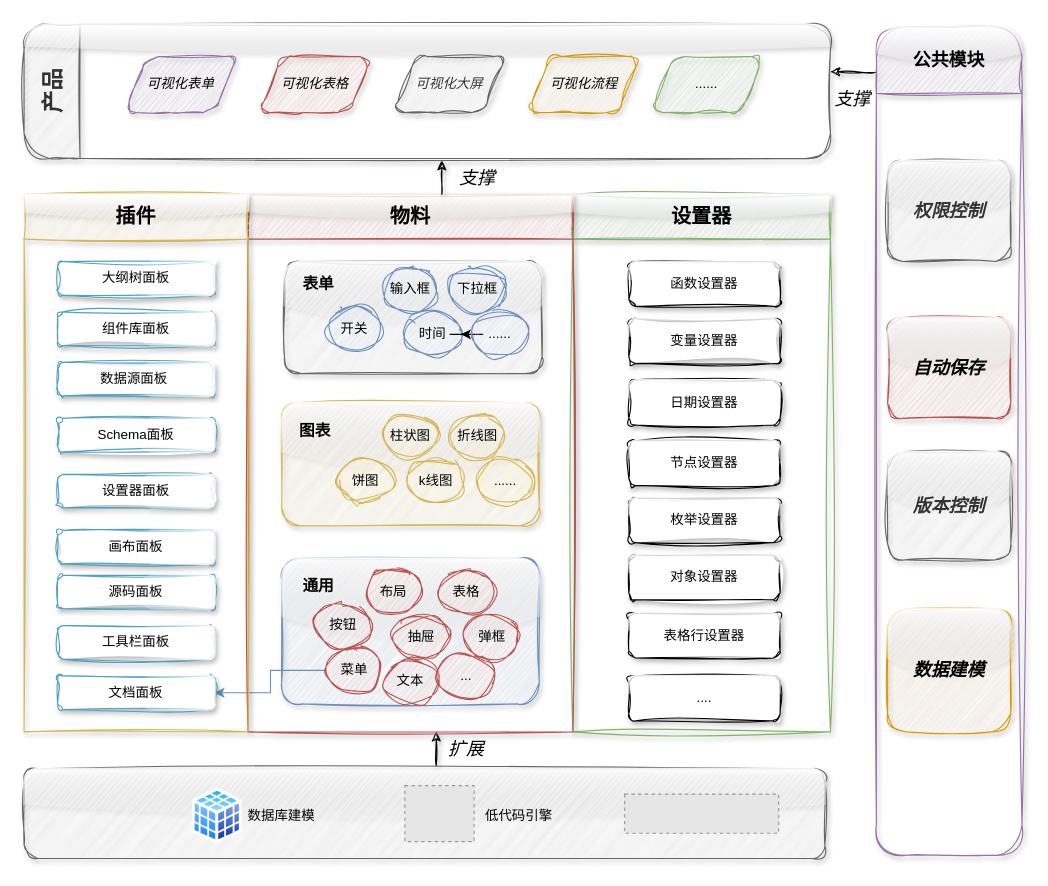
The draw.io diagram 可视化架构图.drawio in tangyaosimida/love, before the edit. Source tidied: cells renumbered, new cells numbered last; positions are measured from the earlier drawing's top-left corner, leaving out a move shared by most shapes. Both pictures are drawn from the tidied source at 112%, with x=0, y=0 at pixel (24, 24). Pictures stored in the file or linked from it are replaced by grey dashed boxes.
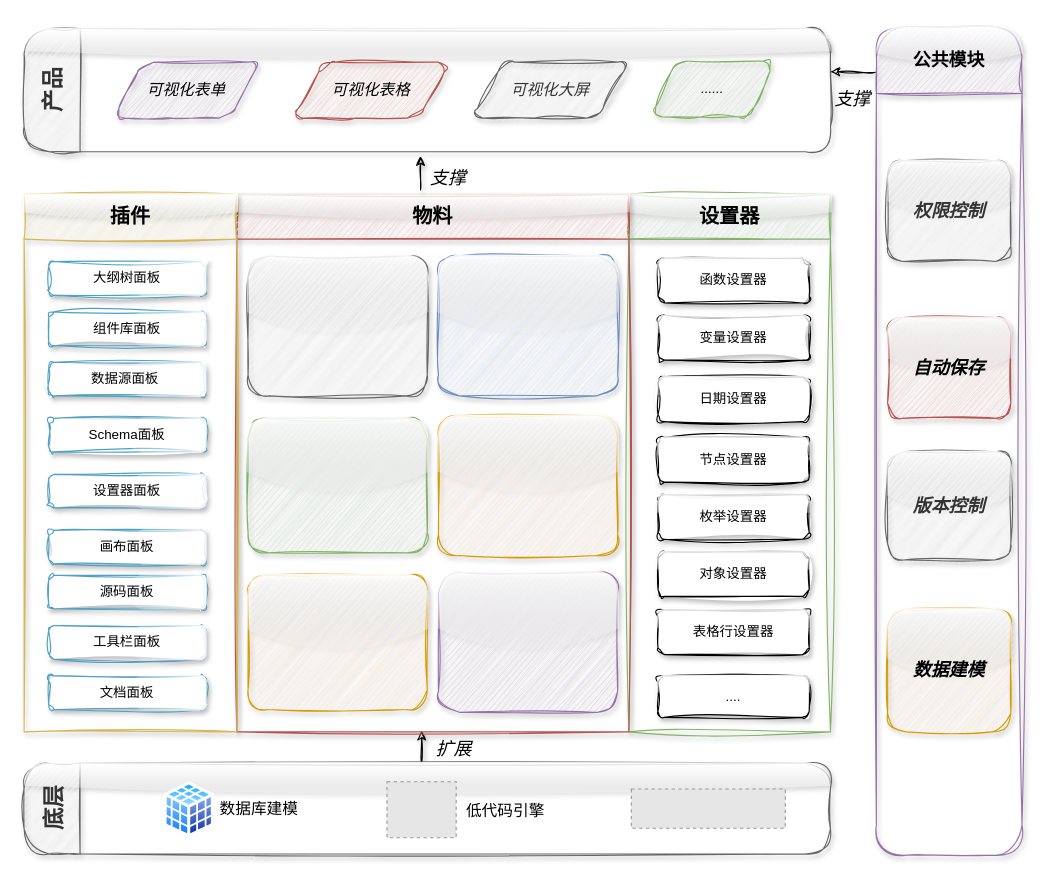
The same page after the edit.

Commit message (it also covers changes not shown here):
更新可视化架构图.drawio

The edit, as a diff of the source:
```diff
@@
-    <mxCell id="2" style="rounded=1;whiteSpace=wrap;html=1;sketch=1;curveFitting=1;jiggle=2;shadow=1;glass=1;fillColor=#f5f5f5;fontColor=#333333;strokeColor=#666666;" parent="1" vertex="1">
-      <mxGeometry y="665" width="715" height="80" as="geometry" />
-    </mxCell>
-    <mxCell id="3" style="rounded=1;whiteSpace=wrap;html=1;shadow=1;sketch=1;curveFitting=1;jiggle=2;glass=1;fillColor=#f5f5f5;strokeColor=#666666;fontColor=#333333;" parent="1" vertex="1">
-      <mxGeometry x="232.5" y="212" width="230" height="100" as="geometry" />
-    </mxCell>
-    <mxCell id="4" style="rounded=1;whiteSpace=wrap;html=1;shadow=1;sketch=1;curveFitting=1;jiggle=2;glass=1;fillColor=#fff2cc;strokeColor=#d6b656;" parent="1" vertex="1">
-      <mxGeometry x="230" y="338" width="230" height="110" as="geometry" />
-    </mxCell>
-    <mxCell id="5" style="rounded=1;whiteSpace=wrap;html=1;shadow=1;sketch=1;curveFitting=1;jiggle=2;glass=1;fillColor=#dae8fc;strokeColor=#6c8ebf;" parent="1" vertex="1">
-      <mxGeometry x="230" y="477" width="230" height="130" as="geometry" />
-    </mxCell>
-    <mxCell id="6" value="表单" style="text;html=1;strokeColor=none;fillColor=none;align=center;verticalAlign=middle;whiteSpace=wrap;rounded=0;shadow=1;sketch=1;curveFitting=1;jiggle=2;fontStyle=1;fontSize=14;" parent="1" vertex="1">
-      <mxGeometry x="232.5" y="217" width="60" height="30" as="geometry" />
-    </mxCell>
-    <mxCell id="7" value="柱状图" style="ellipse;whiteSpace=wrap;html=1;shadow=0;sketch=1;curveFitting=1;jiggle=2;fillColor=#fff2cc;strokeColor=#d6b656;" parent="1" vertex="1">
-      <mxGeometry x="320" y="348" width="50" height="40" as="geometry" />
-    </mxCell>
-    <mxCell id="8" value="折线图" style="ellipse;whiteSpace=wrap;html=1;shadow=0;sketch=1;curveFitting=1;jiggle=2;fillColor=#fff2cc;strokeColor=#d6b656;" parent="1" vertex="1">
-      <mxGeometry x="380" y="348" width="50" height="40" as="geometry" />
-    </mxCell>
-    <mxCell id="9" value="饼图" style="ellipse;whiteSpace=wrap;html=1;direction=west;shadow=0;sketch=1;curveFitting=1;jiggle=2;fillColor=#fff2cc;strokeColor=#d6b656;" parent="1" vertex="1">
-      <mxGeometry x="280" y="388" width="50" height="40" as="geometry" />
-    </mxCell>
-    <mxCell id="10" value="k线图" style="ellipse;whiteSpace=wrap;html=1;shadow=0;sketch=1;curveFitting=1;jiggle=2;fillColor=#fff2cc;strokeColor=#d6b656;" parent="1" vertex="1">
-      <mxGeometry x="342.5" y="388" width="50" height="40" as="geometry" />
-    </mxCell>
-    <mxCell id="11" value="......" style="ellipse;whiteSpace=wrap;html=1;shadow=0;sketch=1;curveFitting=1;jiggle=2;fillColor=#fff2cc;strokeColor=#d6b656;" parent="1" vertex="1">
-      <mxGeometry x="405" y="388" width="50" height="40" as="geometry" />
-    </mxCell>
-    <mxCell id="12" value="输入框" style="ellipse;whiteSpace=wrap;html=1;shadow=0;sketch=1;curveFitting=1;jiggle=2;fillColor=#dae8fc;strokeColor=#6c8ebf;" parent="1" vertex="1">
-      <mxGeometry x="320" y="217" width="50" height="40" as="geometry" />
-    </mxCell>
-    <mxCell id="13" value="下拉框" style="ellipse;whiteSpace=wrap;html=1;shadow=0;sketch=1;curveFitting=1;jiggle=2;fillColor=#dae8fc;strokeColor=#6c8ebf;" parent="1" vertex="1">
-      <mxGeometry x="380" y="217" width="50" height="40" as="geometry" />
-    </mxCell>
-    <mxCell id="14" value="开关" style="ellipse;whiteSpace=wrap;html=1;shadow=0;sketch=1;curveFitting=1;jiggle=2;fillColor=#dae8fc;strokeColor=#6c8ebf;" parent="1" vertex="1">
-      <mxGeometry x="270" y="252" width="50" height="40" as="geometry" />
-    </mxCell>
-    <mxCell id="15" value="时间" style="ellipse;whiteSpace=wrap;html=1;shadow=0;sketch=1;curveFitting=1;jiggle=2;fillColor=#dae8fc;strokeColor=#6c8ebf;" parent="1" vertex="1">
-      <mxGeometry x="340" y="257" width="50" height="40" as="geometry" />
-    </mxCell>
-    <mxCell id="16" style="edgeStyle=orthogonalEdgeStyle;rounded=0;jettySize=auto;html=1;" parent="1" edge="1" source="17" target="15">
-      <mxGeometry relative="1" as="geometry" />
-    </mxCell>
-    <mxCell id="17" value="......" style="ellipse;whiteSpace=wrap;html=1;shadow=0;sketch=1;curveFitting=1;jiggle=2;fillColor=#dae8fc;strokeColor=#6c8ebf;" parent="1" vertex="1">
-      <mxGeometry x="400" y="257" width="50" height="40" as="geometry" />
-    </mxCell>
-    <mxCell id="18" value="表格" style="ellipse;whiteSpace=wrap;html=1;shadow=0;sketch=1;curveFitting=1;jiggle=2;fillColor=#f8cecc;strokeColor=#b85450;" parent="1" vertex="1">
-      <mxGeometry x="370" y="487" width="50" height="40" as="geometry" />
-    </mxCell>
-    <mxCell id="19" value="按钮" style="ellipse;whiteSpace=wrap;html=1;shadow=0;sketch=1;curveFitting=1;jiggle=2;fillColor=#f8cecc;strokeColor=#b85450;" parent="1" vertex="1">
-      <mxGeometry x="260" y="517" width="50" height="40" as="geometry" />
-    </mxCell>
-    <mxCell id="20" value="抽屉" style="ellipse;whiteSpace=wrap;html=1;shadow=0;sketch=1;curveFitting=1;jiggle=2;fillColor=#f8cecc;strokeColor=#b85450;" parent="1" vertex="1">
-      <mxGeometry x="330" y="527" width="50" height="40" as="geometry" />
-    </mxCell>
-    <mxCell id="21" value="弹框" style="ellipse;whiteSpace=wrap;html=1;shadow=0;sketch=1;curveFitting=1;jiggle=2;fillColor=#f8cecc;strokeColor=#b85450;" parent="1" vertex="1">
-      <mxGeometry x="392.5" y="527" width="50" height="40" as="geometry" />
-    </mxCell>
-    <mxCell id="22" style="edgeStyle=orthogonalEdgeStyle;rounded=0;jettySize=auto;html=1;fillColor=#dae8fc;strokeColor=#6c8ebf;" parent="1" edge="1" source="23" target="50">
-      <mxGeometry relative="1" as="geometry" />
-    </mxCell>
-    <mxCell id="23" value="菜单" style="ellipse;whiteSpace=wrap;html=1;shadow=0;sketch=1;curveFitting=1;jiggle=2;fillColor=#f8cecc;strokeColor=#b85450;" parent="1" vertex="1">
-      <mxGeometry x="270" y="557" width="50" height="40" as="geometry" />
-    </mxCell>
-    <mxCell id="24" value="文本" style="ellipse;whiteSpace=wrap;html=1;shadow=0;sketch=1;curveFitting=1;jiggle=2;fillColor=#f8cecc;strokeColor=#b85450;" parent="1" vertex="1">
-      <mxGeometry x="320" y="567" width="50" height="40" as="geometry" />
-    </mxCell>
-    <mxCell id="25" value="通用" style="text;html=1;strokeColor=none;fillColor=none;align=center;verticalAlign=middle;whiteSpace=wrap;rounded=0;shadow=1;sketch=1;curveFitting=1;jiggle=2;fontStyle=1;fontSize=14;" parent="1" vertex="1">
-      <mxGeometry x="232.5" y="487" width="60" height="30" as="geometry" />
-    </mxCell>
-    <mxCell id="26" value="布局" style="ellipse;whiteSpace=wrap;html=1;shadow=0;sketch=1;curveFitting=1;jiggle=2;fillColor=#f8cecc;strokeColor=#b85450;" parent="1" vertex="1">
-      <mxGeometry x="304.5" y="487" width="50" height="40" as="geometry" />
-    </mxCell>
     <mxCell id="27" value="大纲树面板" style="rounded=1;whiteSpace=wrap;html=1;direction=south;sketch=1;curveFitting=1;jiggle=2;shadow=1;glass=1;strokeColor=#4fa1c4;" parent="1" vertex="1">
-      <mxGeometry x="30" y="212" width="140" height="30" as="geometry" />
+      <mxGeometry x="22" y="212" width="140" height="30" as="geometry" />
     </mxCell>
     <mxCell id="28" value="组件库面板" style="rounded=1;whiteSpace=wrap;html=1;direction=south;sketch=1;curveFitting=1;jiggle=2;shadow=1;glass=1;strokeColor=#4fa1c4;" parent="1" vertex="1">
-      <mxGeometry x="30" y="257" width="140" height="30" as="geometry" />
+      <mxGeometry x="22" y="257" width="140" height="30" as="geometry" />
     </mxCell>
     <mxCell id="29" value="数据源面板&amp;nbsp;" style="rounded=1;whiteSpace=wrap;html=1;direction=south;sketch=1;curveFitting=1;jiggle=2;shadow=1;glass=1;strokeColor=#4fa1c4;" parent="1" vertex="1">
-      <mxGeometry x="30" y="302" width="140" height="30" as="geometry" />
+      <mxGeometry x="22" y="302" width="140" height="30" as="geometry" />
     </mxCell>
     <mxCell id="30" value="Schema面板" style="rounded=1;whiteSpace=wrap;html=1;direction=south;sketch=1;curveFitting=1;jiggle=2;shadow=1;glass=1;strokeColor=#4fa1c4;" parent="1" vertex="1">
-      <mxGeometry x="30" y="352" width="140" height="30" as="geometry" />
+      <mxGeometry x="22" y="352" width="140" height="30" as="geometry" />
     </mxCell>
     <mxCell id="31" value="设置器面板" style="rounded=1;whiteSpace=wrap;html=1;direction=south;sketch=1;curveFitting=1;jiggle=2;shadow=1;glass=1;strokeColor=#4fa1c4;" parent="1" vertex="1">
-      <mxGeometry x="30" y="402" width="140" height="30" as="geometry" />
+      <mxGeometry x="22" y="402" width="140" height="30" as="geometry" />
     </mxCell>
     <mxCell id="32" value="画布面板" style="rounded=1;whiteSpace=wrap;html=1;direction=south;sketch=1;curveFitting=1;jiggle=2;shadow=1;glass=1;strokeColor=#4fa1c4;" parent="1" vertex="1">
-      <mxGeometry x="30" y="452" width="140" height="30" as="geometry" />
+      <mxGeometry x="22" y="452" width="140" height="30" as="geometry" />
     </mxCell>
     <mxCell id="33" value="工具栏面板" style="rounded=1;whiteSpace=wrap;html=1;direction=south;sketch=1;curveFitting=1;jiggle=2;shadow=1;glass=1;strokeColor=#4fa1c4;" parent="1" vertex="1">
-      <mxGeometry x="30" y="537" width="140" height="30" as="geometry" />
+      <mxGeometry x="22" y="537" width="140" height="30" as="geometry" />
     </mxCell>
     <mxCell id="34" value="源码面板" style="rounded=1;whiteSpace=wrap;html=1;direction=south;sketch=1;curveFitting=1;jiggle=2;shadow=1;glass=1;strokeColor=#4fa1c4;" parent="1" vertex="1">
-      <mxGeometry x="30" y="492" width="140" height="30" as="geometry" />
+      <mxGeometry x="22" y="492" width="140" height="30" as="geometry" />
     </mxCell>
-    <mxCell id="35" value="..." style="ellipse;whiteSpace=wrap;html=1;shadow=0;sketch=1;curveFitting=1;jiggle=2;fillColor=#f8cecc;strokeColor=#b85450;" parent="1" vertex="1">
-      <mxGeometry x="370" y="562" width="50" height="40" as="geometry" />
-    </mxCell>
     <mxCell id="36" style="endArrow=classic;html=1;rounded=0;sketch=1;curveFitting=1;jiggle=2;shadow=1;" parent="1" edge="1">
       <mxGeometry relative="1" as="geometry">
-        <mxPoint x="368" y="662" as="sourcePoint" />
-        <mxPoint x="368" y="632" as="targetPoint" />
+        <mxPoint x="355" y="661" as="sourcePoint" />
+        <mxPoint x="355" y="631" as="targetPoint" />
       </mxGeometry>
     </mxCell>
     <mxCell id="37" value="设置器" style="swimlane;whiteSpace=wrap;html=1;startSize=40;fontSize=18;rounded=0;sketch=1;curveFitting=1;jiggle=2;shadow=1;glass=1;fillColor=#d5e8d4;strokeColor=#82b366;" parent="1" vertex="1">
-      <mxGeometry x="490" y="152" width="230" height="480" as="geometry" />
+      <mxGeometry x="540" y="152" width="180" height="480" as="geometry" />
     </mxCell>
     <mxCell id="38" value="函数设置器" style="rounded=1;whiteSpace=wrap;html=1;shadow=1;sketch=1;curveFitting=1;jiggle=2;glass=1;" parent="37" vertex="1">
-      <mxGeometry x="50" y="60" width="135" height="40" as="geometry" />
+      <mxGeometry x="26" y="57" width="135" height="40" as="geometry" />
     </mxCell>
     <mxCell id="39" value="...." style="rounded=1;whiteSpace=wrap;html=1;shadow=1;sketch=1;curveFitting=1;jiggle=2;glass=1;" parent="37" vertex="1">
-      <mxGeometry x="50" y="430" width="135" height="40" as="geometry" />
+      <mxGeometry x="26" y="430" width="135" height="37" as="geometry" />
     </mxCell>
     <mxCell id="40" value="表格行设置器" style="rounded=1;whiteSpace=wrap;html=1;shadow=1;sketch=1;curveFitting=1;jiggle=2;glass=1;" parent="37" vertex="1">
-      <mxGeometry x="50" y="374" width="135" height="40" as="geometry" />
+      <mxGeometry x="26" y="371" width="135" height="40" as="geometry" />
     </mxCell>
     <mxCell id="41" value="对象设置器" style="rounded=1;whiteSpace=wrap;html=1;shadow=1;sketch=1;curveFitting=1;jiggle=2;glass=1;" parent="37" vertex="1">
-      <mxGeometry x="50" y="322" width="135" height="40" as="geometry" />
+      <mxGeometry x="26" y="319" width="135" height="40" as="geometry" />
     </mxCell>
     <mxCell id="42" value="枚举设置器" style="rounded=1;whiteSpace=wrap;html=1;shadow=1;sketch=1;curveFitting=1;jiggle=2;glass=1;" parent="37" vertex="1">
-      <mxGeometry x="50" y="271" width="135" height="40" as="geometry" />
+      <mxGeometry x="26" y="268" width="135" height="40" as="geometry" />
     </mxCell>
     <mxCell id="43" value="节点设置器" style="rounded=1;whiteSpace=wrap;html=1;shadow=1;sketch=1;curveFitting=1;jiggle=2;glass=1;" parent="37" vertex="1">
-      <mxGeometry x="50" y="220" width="135" height="40" as="geometry" />
+      <mxGeometry x="26" y="217" width="135" height="40" as="geometry" />
     </mxCell>
     <mxCell id="44" value="日期设置器" style="rounded=1;whiteSpace=wrap;html=1;shadow=1;sketch=1;curveFitting=1;jiggle=2;glass=1;" parent="37" vertex="1">
-      <mxGeometry x="50" y="166" width="135" height="40" as="geometry" />
+      <mxGeometry x="26" y="163" width="135" height="40" as="geometry" />
     </mxCell>
     <mxCell id="45" value="变量设置器" style="rounded=1;whiteSpace=wrap;html=1;shadow=1;sketch=1;curveFitting=1;jiggle=2;glass=1;" parent="37" vertex="1">
-      <mxGeometry x="50" y="111" width="135" height="40" as="geometry" />
+      <mxGeometry x="26" y="108" width="135" height="40" as="geometry" />
     </mxCell>
@@
     <mxCell id="47" value="物料" style="swimlane;whiteSpace=wrap;html=1;startSize=40;fontSize=18;sketch=1;curveFitting=1;jiggle=2;shadow=1;glass=1;fillColor=#f8cecc;strokeColor=#b85450;" parent="1" vertex="1">
-      <mxGeometry x="200" y="152" width="290" height="480" as="geometry" />
+      <mxGeometry x="190" y="152" width="350" height="480" as="geometry" />
     </mxCell>
-    <mxCell id="48" value="图表" style="text;html=1;strokeColor=none;fillColor=none;align=center;verticalAlign=middle;whiteSpace=wrap;rounded=0;shadow=1;sketch=1;curveFitting=1;jiggle=2;fontStyle=1;fontSize=14;" parent="47" vertex="1">
-      <mxGeometry x="30" y="196" width="60" height="30" as="geometry" />
-    </mxCell>
+    <mxCell id="3" style="rounded=1;whiteSpace=wrap;html=1;shadow=1;sketch=1;curveFitting=1;jiggle=2;glass=1;fillColor=#d5e8d4;strokeColor=#82b366;" parent="47" vertex="1">
+      <mxGeometry x="10" y="200" width="160" height="120" as="geometry" />
+    </mxCell>
+    <mxCell id="5" style="rounded=1;whiteSpace=wrap;html=1;shadow=1;sketch=1;curveFitting=1;jiggle=2;glass=1;fillColor=#ffe6cc;strokeColor=#d79b00;" parent="47" vertex="1">
+      <mxGeometry x="10" y="340" width="160" height="120" as="geometry" />
+    </mxCell>
+    <mxCell id="72" style="rounded=1;whiteSpace=wrap;html=1;shadow=1;sketch=1;curveFitting=1;jiggle=2;glass=1;fillColor=#f5f5f5;strokeColor=#666666;fontColor=#333333;" parent="47" vertex="1">
+      <mxGeometry x="10" y="55" width="160" height="125" as="geometry" />
+    </mxCell>
+    <mxCell id="73" style="rounded=1;whiteSpace=wrap;html=1;shadow=1;sketch=1;curveFitting=1;jiggle=2;glass=1;fillColor=#dae8fc;strokeColor=#6c8ebf;" parent="47" vertex="1">
+      <mxGeometry x="180" y="55" width="160" height="125" as="geometry" />
+    </mxCell>
+    <mxCell id="74" style="rounded=1;whiteSpace=wrap;html=1;shadow=1;sketch=1;curveFitting=1;jiggle=2;glass=1;fillColor=#ffe6cc;strokeColor=#d79b00;" parent="47" vertex="1">
+      <mxGeometry x="180" y="197.5" width="160" height="125" as="geometry" />
+    </mxCell>
+    <mxCell id="75" style="rounded=1;whiteSpace=wrap;html=1;shadow=1;sketch=1;curveFitting=1;jiggle=2;glass=1;fillColor=#e1d5e7;strokeColor=#9673a6;" parent="47" vertex="1">
+      <mxGeometry x="180" y="337.5" width="160" height="125" as="geometry" />
+    </mxCell>
     <mxCell id="49" value="插件" style="swimlane;whiteSpace=wrap;html=1;startSize=40;fontSize=18;sketch=1;curveFitting=1;jiggle=2;shadow=1;glass=1;swimlaneLine=1;fillColor=#fff2cc;strokeColor=#d6b656;" parent="1" vertex="1">
-      <mxGeometry y="152" width="200" height="480" as="geometry" />
+      <mxGeometry y="152" width="190" height="480" as="geometry" />
     </mxCell>
     <mxCell id="50" value="文档面板" style="rounded=1;whiteSpace=wrap;html=1;direction=south;sketch=1;curveFitting=1;jiggle=2;shadow=1;glass=1;strokeColor=#4fa1c4;" parent="49" vertex="1">
-      <mxGeometry x="30" y="430" width="140" height="30" as="geometry" />
+      <mxGeometry x="22" y="430" width="140" height="30" as="geometry" />
     </mxCell>
+    <mxCell id="56" value="底层" style="swimlane;horizontal=0;whiteSpace=wrap;html=1;startSize=50;fontSize=20;fillColor=#f5f5f5;fontColor=#333333;strokeColor=#666666;rounded=1;sketch=1;curveFitting=1;jiggle=2;shadow=1;glass=1;" parent="1" vertex="1">
+      <mxGeometry y="660" width="720" height="81" as="geometry" />
+    </mxCell>
-    <mxCell id="51" style="image;perimeter=ellipsePerimeter;html=1;align=center;shadow=0;dashed=0;spacingTop=3;image=img/lib/active_directory/database_cube.svg;" parent="1" vertex="1">
-      <mxGeometry x="150" y="682" width="45" height="50" as="geometry" />
+    <mxCell id="51" style="image;perimeter=ellipsePerimeter;html=1;align=center;shadow=0;dashed=0;spacingTop=3;image=img/lib/active_directory/database_cube.svg;" parent="56" vertex="1">
+      <mxGeometry x="125" y="16.5" width="45" height="50" as="geometry" />
     </mxCell>
+    <mxCell id="55" value="数据库建模" style="text;html=1;strokeColor=none;fillColor=none;align=center;verticalAlign=middle;whiteSpace=wrap;rounded=0;fontSize=14;" parent="56" vertex="1">
+      <mxGeometry x="170" y="24.9" width="80" height="31.2" as="geometry" />
+    </mxCell>
-    <mxCell id="52" style="fillColor=#E6E6E6;strokeColor=#999999;dashed=1;html=1;verticalAlign=top;labelPosition=center;verticalLabelPosition=bottom;align=center;spacingTop=-6;fontSize=11;fontStyle=1;fontColor=#999999;" parent="1" vertex="1">
-      <mxGeometry x="340" y="680" width="61.8" height="50" as="geometry" />
+    <mxCell id="52" style="fillColor=#E6E6E6;strokeColor=#999999;dashed=1;html=1;verticalAlign=top;labelPosition=center;verticalLabelPosition=bottom;align=center;spacingTop=-6;fontSize=11;fontStyle=1;fontColor=#999999;" parent="56" vertex="1">
+      <mxGeometry x="324" y="16.5" width="61.8" height="50" as="geometry" />
     </mxCell>
+    <mxCell id="54" value="低代码引擎" style="text;html=1;strokeColor=none;fillColor=none;align=center;verticalAlign=middle;whiteSpace=wrap;rounded=0;fontSize=14;" parent="56" vertex="1">
+      <mxGeometry x="390" y="25.9" width="80" height="34.1" as="geometry" />
+    </mxCell>
-    <mxCell id="53" style="fillColor=#E6E6E6;strokeColor=#999999;dashed=1;verticalLabelPosition=bottom;labelBackgroundColor=default;verticalAlign=top;" parent="1" vertex="1">
-      <mxGeometry x="536.2" y="687.5" width="137.5" height="35" as="geometry" />
+    <mxCell id="53" style="fillColor=#E6E6E6;strokeColor=#999999;dashed=1;verticalLabelPosition=bottom;labelBackgroundColor=default;verticalAlign=top;" parent="56" vertex="1">
+      <mxGeometry x="542.2" y="23" width="137.5" height="35" as="geometry" />
     </mxCell>
-    <mxCell id="54" value="低代码引擎" style="text;html=1;strokeColor=none;fillColor=none;align=center;verticalAlign=middle;whiteSpace=wrap;rounded=0;" parent="1" vertex="1">
-      <mxGeometry x="401.8" y="685.5" width="80" height="43" as="geometry" />
-    </mxCell>
-    <mxCell id="55" value="数据库建模" style="text;html=1;strokeColor=none;fillColor=none;align=center;verticalAlign=middle;whiteSpace=wrap;rounded=0;" parent="1" vertex="1">
-      <mxGeometry x="195" y="691.4" width="70" height="31.2" as="geometry" />
-    </mxCell>
-    <mxCell id="56" value="产品" style="swimlane;horizontal=0;whiteSpace=wrap;html=1;startSize=50;fontSize=20;fillColor=#f5f5f5;fontColor=#333333;strokeColor=#666666;rounded=1;sketch=1;curveFitting=1;jiggle=2;shadow=1;glass=1;" parent="1" vertex="1">
-      <mxGeometry width="720" height="120" as="geometry" />
-    </mxCell>
-    <mxCell id="57" value="可视化表单" style="shape=parallelogram;perimeter=parallelogramPerimeter;whiteSpace=wrap;html=1;dashed=0;rounded=1;shadow=1;sketch=1;curveFitting=1;jiggle=2;fillColor=#e1d5e7;strokeColor=#9673a6;fontStyle=2;" parent="56" vertex="1">
-      <mxGeometry x="90" y="29" width="100" height="50" as="geometry" />
-    </mxCell>
-    <mxCell id="58" value="可视化表格" style="shape=parallelogram;perimeter=parallelogramPerimeter;whiteSpace=wrap;html=1;dashed=0;rounded=1;shadow=1;sketch=1;curveFitting=1;jiggle=2;fillColor=#f8cecc;strokeColor=#b85450;fontStyle=2;" parent="56" vertex="1">
-      <mxGeometry x="210" y="29" width="100" height="50" as="geometry" />
-    </mxCell>
-    <mxCell id="59" value="可视化大屏" style="shape=parallelogram;perimeter=parallelogramPerimeter;whiteSpace=wrap;html=1;dashed=0;sketch=1;curveFitting=1;jiggle=2;shadow=1;rounded=1;fillColor=#f5f5f5;strokeColor=#666666;fontColor=#333333;fontStyle=2;" parent="56" vertex="1">
-      <mxGeometry x="330" y="29" width="100" height="50" as="geometry" />
-    </mxCell>
-    <mxCell id="60" value="可视化流程" style="shape=parallelogram;perimeter=parallelogramPerimeter;whiteSpace=wrap;html=1;dashed=0;shadow=1;sketch=1;curveFitting=1;jiggle=2;rounded=1;fillColor=#ffe6cc;strokeColor=#d79b00;fontStyle=2;" parent="56" vertex="1">
-      <mxGeometry x="450" y="29" width="100" height="50" as="geometry" />
-    </mxCell>
-    <mxCell id="61" value="......" style="shape=parallelogram;perimeter=parallelogramPerimeter;whiteSpace=wrap;html=1;dashed=0;shadow=1;rounded=1;fillColor=#d5e8d4;strokeColor=#82b366;fontStyle=2;sketch=1;curveFitting=1;jiggle=2;" parent="56" vertex="1">
-      <mxGeometry x="560" y="29" width="100" height="50" as="geometry" />
-    </mxCell>
@@
     <mxCell id="63" style="endArrow=classic;html=1;rounded=0;sketch=1;curveFitting=1;jiggle=2;shadow=1;" parent="1" edge="1">
       <mxGeometry relative="1" as="geometry">
-        <mxPoint x="373" y="152" as="sourcePoint" />
-        <mxPoint x="373" y="122" as="targetPoint" />
+        <mxPoint x="354" y="148" as="sourcePoint" />
+        <mxPoint x="354" y="118" as="targetPoint" />
       </mxGeometry>
     </mxCell>
     <mxCell id="64" value="扩展" style="text;html=1;strokeColor=none;fillColor=none;align=center;verticalAlign=middle;whiteSpace=wrap;rounded=0;fontSize=16;fontStyle=2;shadow=0;" parent="1" vertex="1">
-      <mxGeometry x="365" y="632" width="60" height="30" as="geometry" />
+      <mxGeometry x="353.5" y="632" width="60" height="30" as="geometry" />
     </mxCell>
@@
     <mxCell id="71" value="支撑" style="text;html=1;strokeColor=none;fillColor=none;align=center;verticalAlign=middle;whiteSpace=wrap;rounded=0;fontSize=16;fontStyle=2;shadow=0;" parent="1" vertex="1">
-      <mxGeometry x="375" y="122" width="60" height="30" as="geometry" />
+      <mxGeometry x="353.5" y="122" width="50" height="30" as="geometry" />
     </mxCell>
+    <mxCell id="76" value="产品" style="swimlane;horizontal=0;whiteSpace=wrap;html=1;startSize=50;fontSize=20;fillColor=#f5f5f5;fontColor=#333333;strokeColor=#666666;rounded=1;sketch=1;curveFitting=1;jiggle=2;shadow=1;glass=1;" parent="1" vertex="1">
+      <mxGeometry y="4" width="720" height="110" as="geometry" />
+    </mxCell>
+    <mxCell id="57" value="可视化表单" style="shape=parallelogram;perimeter=parallelogramPerimeter;whiteSpace=wrap;html=1;dashed=0;rounded=1;shadow=1;sketch=1;curveFitting=1;jiggle=2;fillColor=#e1d5e7;strokeColor=#9673a6;fontStyle=2;fontSize=14;" parent="76" vertex="1">
+      <mxGeometry x="80" y="30" width="130" height="50" as="geometry" />
+    </mxCell>
+    <mxCell id="58" value="&lt;font style=&quot;font-size: 14px;&quot;&gt;可视化表格&lt;/font&gt;" style="shape=parallelogram;perimeter=parallelogramPerimeter;whiteSpace=wrap;html=1;dashed=0;rounded=1;shadow=1;sketch=1;curveFitting=1;jiggle=2;fillColor=#f8cecc;strokeColor=#b85450;fontStyle=2;" parent="76" vertex="1">
+      <mxGeometry x="240" y="30" width="140" height="50" as="geometry" />
+    </mxCell>
+    <mxCell id="59" value="&lt;font style=&quot;font-size: 14px;&quot;&gt;可视化大屏&lt;/font&gt;" style="shape=parallelogram;perimeter=parallelogramPerimeter;whiteSpace=wrap;html=1;dashed=0;sketch=1;curveFitting=1;jiggle=2;shadow=1;rounded=1;fillColor=#f5f5f5;strokeColor=#666666;fontColor=#333333;fontStyle=2;" parent="76" vertex="1">
+      <mxGeometry x="400" y="30" width="140" height="50" as="geometry" />
+    </mxCell>
+    <mxCell id="61" value="......" style="shape=parallelogram;perimeter=parallelogramPerimeter;whiteSpace=wrap;html=1;dashed=0;shadow=1;rounded=1;fillColor=#d5e8d4;strokeColor=#82b366;fontStyle=2;sketch=1;curveFitting=1;jiggle=2;" parent="76" vertex="1">
+      <mxGeometry x="560" y="29" width="110" height="50" as="geometry" />
+    </mxCell>
```
